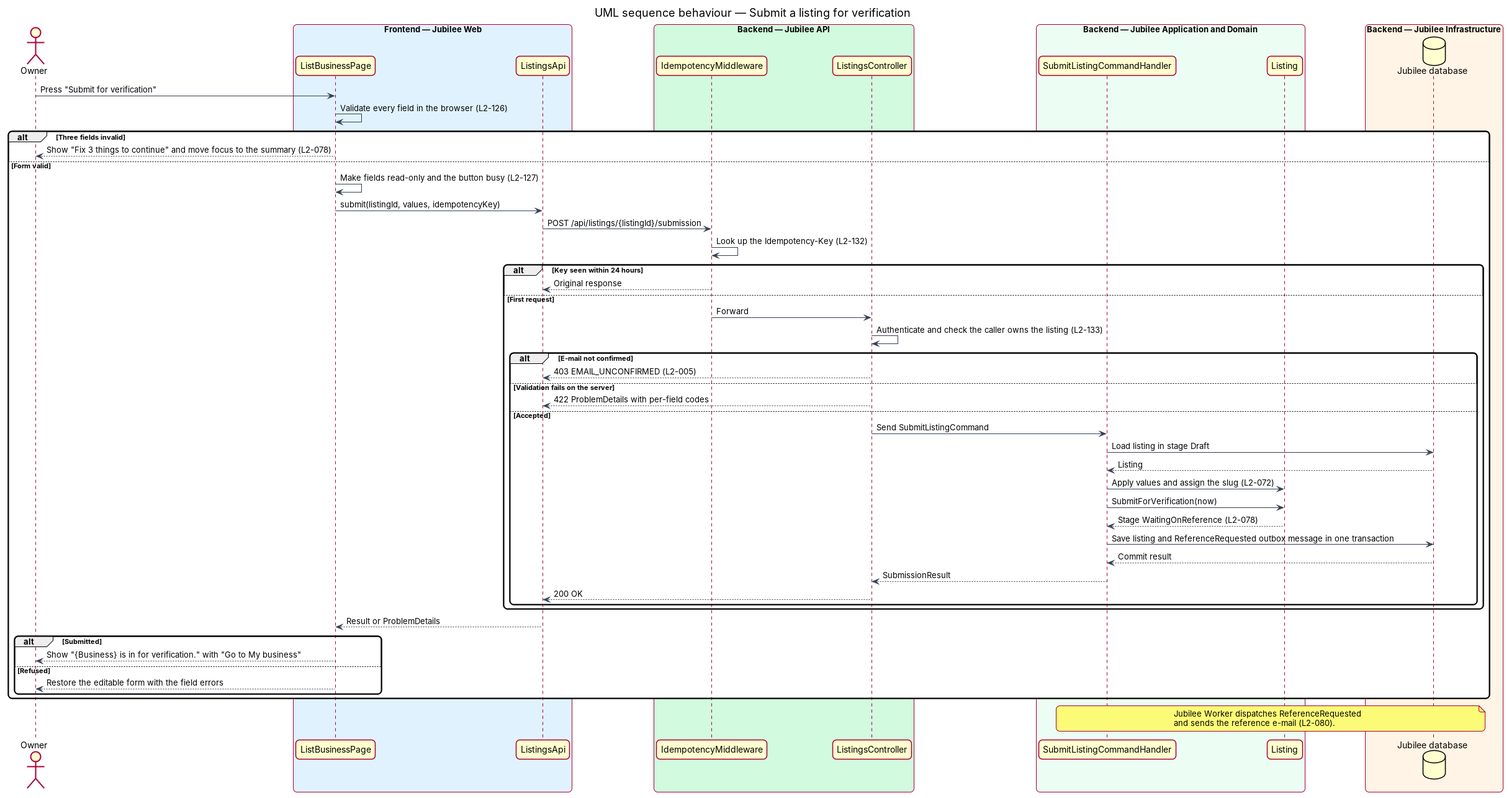
Above: docs/detailed-designs/onboarding/submit-for-verification/diagrams/sequence-submit.png in QuinntyneBrown/jubilee (PlantUML), before the change. Its source is kept beside it as docs/detailed-designs/onboarding/submit-for-verification/diagrams/sequence-submit.puml. Its diagram source:
```plantuml
@startuml
title UML sequence behaviour — Submit a listing for verification
skinparam backgroundColor #FFFFFF
skinparam shadowing false
skinparam roundcorner 12
skinparam defaultFontName Arial
skinparam ArrowColor #344054
skinparam rectangle {
  BorderColor #344054
  FontColor #101828
}
skinparam package {
  BorderColor #667085
  FontColor #101828
  BackgroundColor #F9FAFB
}
actor "Owner" as actor
box "Frontend — Jubilee Web" #E0F2FE
  participant "ListBusinessPage" as page
  participant "ListingsApi" as client
end box
box "Backend — Jubilee API" #D1FADF
  participant "IdempotencyMiddleware" as idem
  participant "ListingsController" as controller
end box
box "Backend — Jubilee Application and Domain" #ECFDF3
  participant "SubmitListingCommandHandler" as handler
  participant "Listing" as entity
end box
box "Backend — Jubilee Infrastructure" #FFF4E5
  database "Jubilee database" as db
end box
actor -> page : Press "Submit for verification"
page -> page : Validate every field in the browser (L2-126)
alt Three fields invalid
  page --> actor : Show "Fix 3 things to continue" and move focus to the summary (L2-078)
else Form valid
  page -> page : Make fields read-only and the button busy (L2-127)
  page -> client : submit(listingId, values, idempotencyKey)
  client -> idem : POST /api/listings/{listingId}/submission
  idem -> idem : Look up the Idempotency-Key (L2-132)
  alt Key seen within 24 hours
    idem --> client : Original response
  else First request
    idem -> controller : Forward
    controller -> controller : Authenticate and check the caller owns the listing (L2-133)
    alt E-mail not confirmed
      controller --> client : 403 EMAIL_UNCONFIRMED (L2-005)
    else Validation fails on the server
      controller --> client : 422 ProblemDetails with per-field codes
    else Accepted
      controller -> handler : Send SubmitListingCommand
      handler -> db : Load listing in stage Draft
      db --> handler : Listing
      handler -> entity : Apply values and assign the slug (L2-072)
      handler -> entity : SubmitForVerification(now)
      entity --> handler : Stage WaitingOnReference (L2-078)
      handler -> db : Save listing and ReferenceRequested outbox message in one transaction
      db --> handler : Commit result
      handler --> controller : SubmissionResult
      controller --> client : 200 OK
    end
  end
  client --> page : Result or ProblemDetails
  alt Submitted
    page --> actor : Show "{Business} is in for verification." with "Go to My business"
  else Refused
    page --> actor : Restore the editable form with the field errors
  end
end
note over handler, db
  Jubilee Worker dispatches ReferenceRequested
  and sends the reference e-mail (L2-080).
end note
@enduml
```
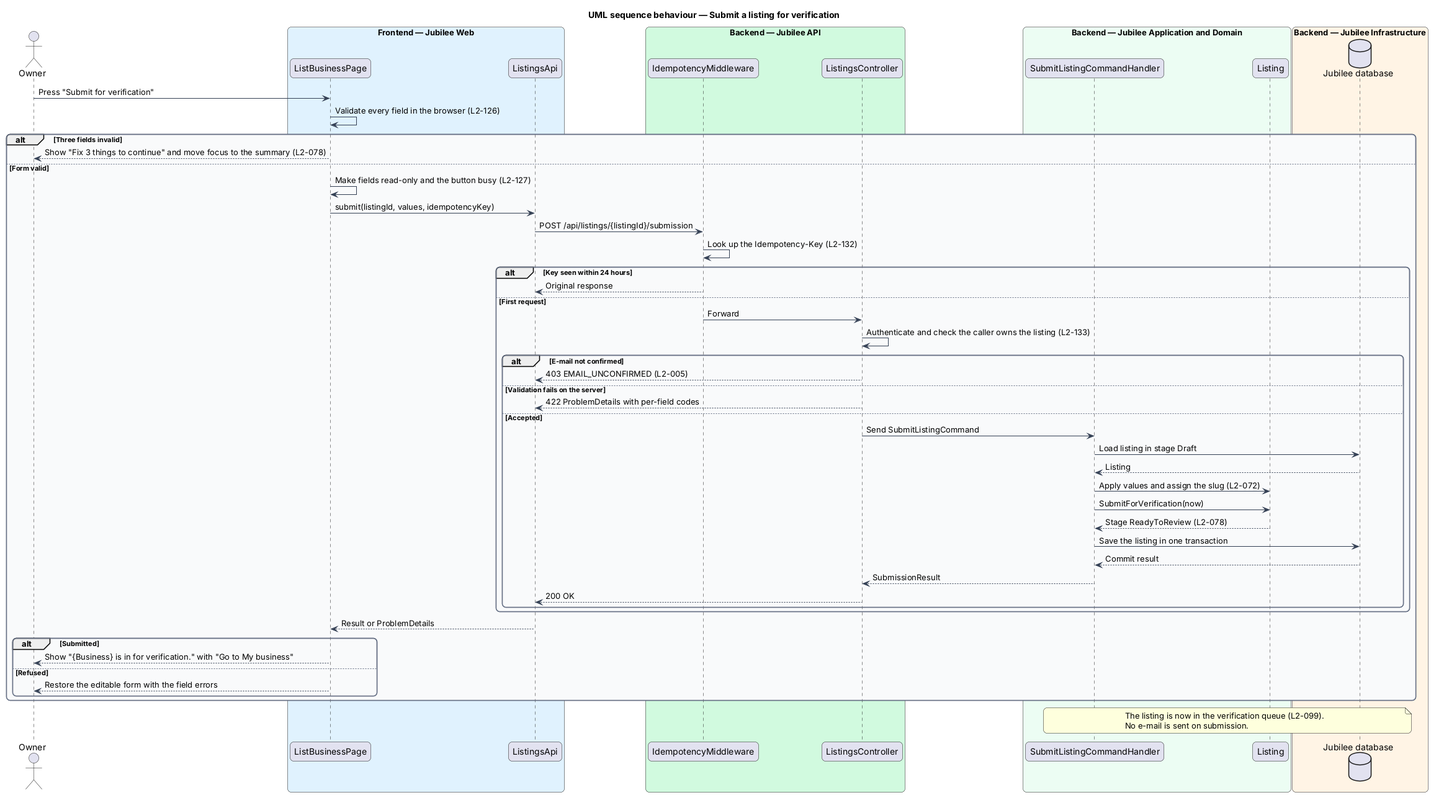
Later version of the same file.

Diff of the diagram source:
```diff
@@ -54,8 +54,8 @@
       db --> handler : Listing
       handler -> entity : Apply values and assign the slug (L2-072)
       handler -> entity : SubmitForVerification(now)
-      entity --> handler : Stage WaitingOnReference (L2-078)
-      handler -> db : Save listing and ReferenceRequested outbox message in one transaction
+      entity --> handler : Stage ReadyToReview (L2-078)
+      handler -> db : Save the listing in one transaction
       db --> handler : Commit result
       handler --> controller : SubmissionResult
       controller --> client : 200 OK
@@ -69,7 +69,7 @@
   end
 end
 note over handler, db
-  Jubilee Worker dispatches ReferenceRequested
-  and sends the reference e-mail (L2-080).
+  The listing is now in the verification queue (L2-099).
+  No e-mail is sent on submission.
 end note
 @enduml
```
